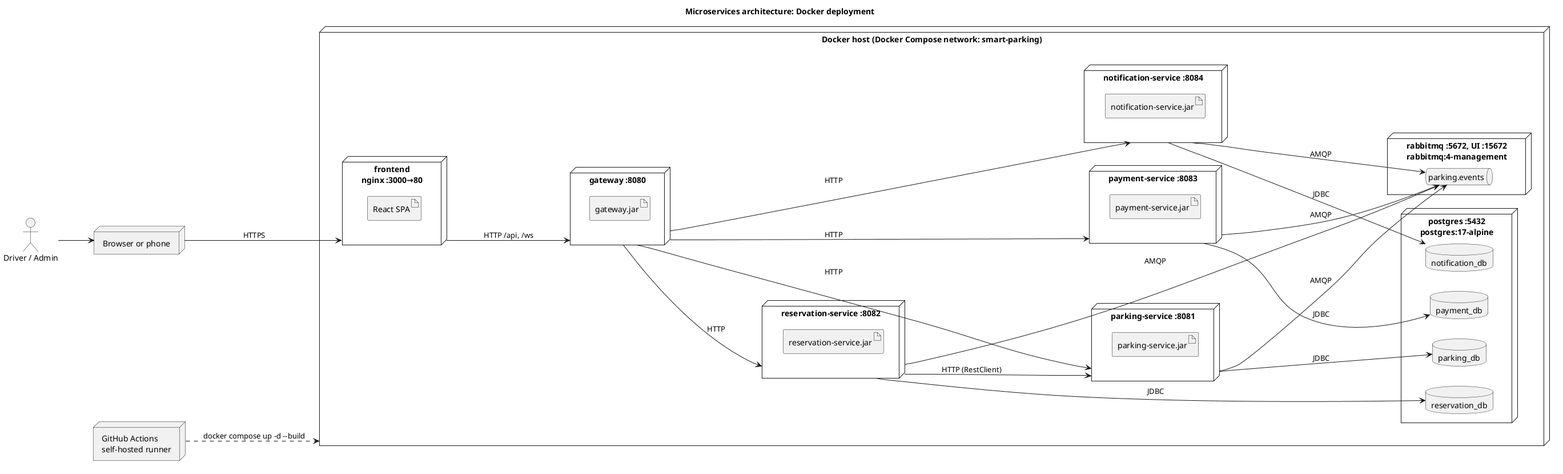
Before: docs/images/architecture/microservices-deployment.png, a diagram exported from PlantUML (genan2003/spot-on). Its source is kept beside it as diagrams/architecture/microservices-deployment.puml. Its diagram source:
```plantuml
@startuml microservices-deployment
title Microservices architecture: Docker deployment


skinparam shadowing false
left to right direction

actor "Driver / Admin" as User
node "Browser or phone" as Device

node "Docker host (Docker Compose network: smart-parking)" as Host {
  node "frontend\nnginx :3000→80" as FE {
    artifact "React SPA" as SPA
  }
  node "gateway :8080" as GW {
    artifact "gateway.jar" as GWJar
  }
  node "parking-service :8081" as PS {
    artifact "parking-service.jar" as PSJar
  }
  node "reservation-service :8082" as RS {
    artifact "reservation-service.jar" as RSJar
  }
  node "payment-service :8083" as PayS {
    artifact "payment-service.jar" as PayJar
  }
  node "notification-service :8084" as NS {
    artifact "notification-service.jar" as NSJar
  }
  node "postgres :5432\npostgres:17-alpine" as PG {
    database "parking_db" as PDB
    database "reservation_db" as RDB
    database "payment_db" as PayDB
    database "notification_db" as NDB
  }
  node "rabbitmq :5672, UI :15672\nrabbitmq:4-management" as MQNode {
    queue "parking.events" as MQ
  }
}

node "GitHub Actions\nself-hosted runner" as Runner

User --> Device
Device --> FE : HTTPS
FE --> GW : HTTP /api, /ws
GW --> PS : HTTP
GW --> RS : HTTP
GW --> PayS : HTTP
GW --> NS : HTTP
RS --> PS : HTTP (RestClient)

PS --> PDB : JDBC
RS --> RDB : JDBC
PayS --> PayDB : JDBC
NS --> NDB : JDBC

PS --> MQ : AMQP
RS --> MQ : AMQP
PayS --> MQ : AMQP
NS --> MQ : AMQP

Runner ..> Host : docker compose up -d --build

@enduml
```
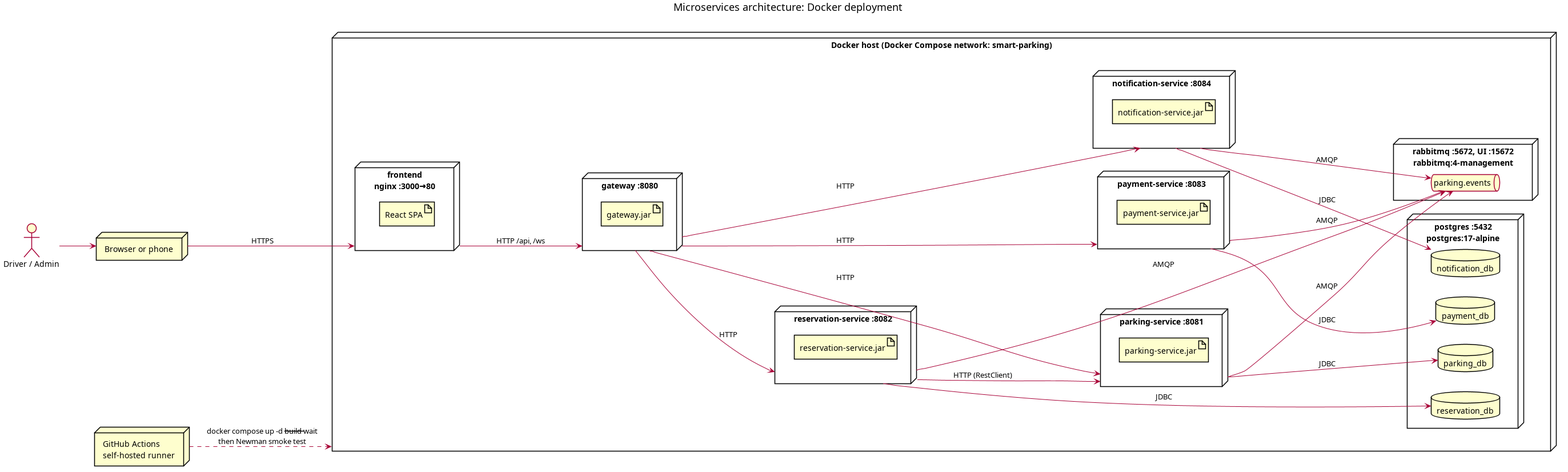
After the commit.

Commit message:
docs(stage-2): add demo run sheet and align architecture docs with the implementation

The edit, as a diff of the source:
```diff
@@ -59,6 +59,6 @@
 PayS --> MQ : AMQP
 NS --> MQ : AMQP
 
-Runner ..> Host : docker compose up -d --build
+Runner ..> Host : docker compose up -d --build --wait\nthen Newman smoke test
 
 @enduml
```
